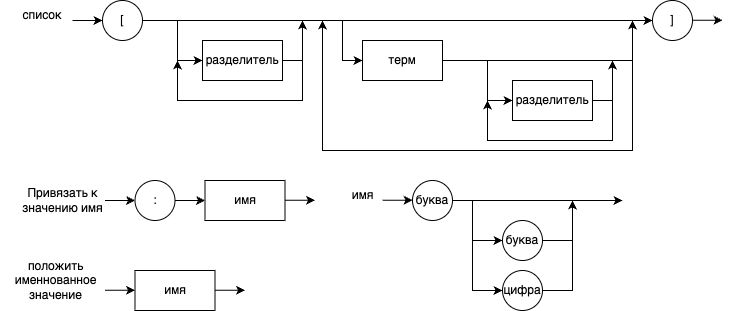
vzalygin/bmstu-ics6 keeps this draw.io diagram as cource-papers/trps/рпз/материалы/курсач_трпс-6 Синтаксическая диаграмма.drawio.png. Above is the earlier version. Source tidied: cells renumbered, new cells last; positions are measured from the earlier drawing's top-left corner, leaving out a move shared by most shapes. Source of this version:
```xml
<mxGraphModel>
  <root>
    <mxCell id="0" />
    <mxCell id="1" parent="0" />
    <mxCell id="2" style="endArrow=classic;html=1;rounded=0;" parent="1" edge="1">
      <mxGeometry relative="1" as="geometry">
        <mxPoint x="73" y="20" as="sourcePoint" />
        <mxPoint x="103" y="20" as="targetPoint" />
      </mxGeometry>
    </mxCell>
    <mxCell id="3" value="список" style="text;html=1;align=center;verticalAlign=middle;whiteSpace=wrap;rounded=0;" parent="1" vertex="1">
      <mxGeometry x="13" width="60" height="30" as="geometry" />
    </mxCell>
    <mxCell id="4" value="[" style="ellipse;whiteSpace=wrap;html=1;" parent="1" vertex="1">
      <mxGeometry x="103" width="40" height="40" as="geometry" />
    </mxCell>
    <mxCell id="5" value="разделитель" style="rounded=0;whiteSpace=wrap;html=1;" parent="1" vertex="1">
      <mxGeometry x="203" y="40" width="80" height="40" as="geometry" />
    </mxCell>
    <mxCell id="6" style="endArrow=classic;html=1;rounded=0;" parent="1" edge="1">
      <mxGeometry relative="1" as="geometry">
        <mxPoint x="178" y="20" as="sourcePoint" />
        <mxPoint x="203" y="60" as="targetPoint" />
        <Array as="points">
          <mxPoint x="178" y="40" />
          <mxPoint x="178" y="60" />
        </Array>
      </mxGeometry>
    </mxCell>
    <mxCell id="7" style="endArrow=classic;html=1;rounded=0;" parent="1" edge="1">
      <mxGeometry relative="1" as="geometry">
        <mxPoint x="303" y="60" as="sourcePoint" />
        <mxPoint x="178" y="60" as="targetPoint" />
        <Array as="points">
          <mxPoint x="303" y="100" />
          <mxPoint x="178" y="100" />
        </Array>
      </mxGeometry>
    </mxCell>
    <mxCell id="8" style="endArrow=classic;html=1;rounded=0;exitX=1;exitY=0.5;exitDx=0;exitDy=0;" parent="1" edge="1" source="5">
      <mxGeometry relative="1" as="geometry">
        <mxPoint x="303" y="20" as="targetPoint" />
        <Array as="points">
          <mxPoint x="303" y="60" />
        </Array>
      </mxGeometry>
    </mxCell>
    <mxCell id="9" style="endArrow=classic;html=1;rounded=0;exitX=1;exitY=0.5;exitDx=0;exitDy=0;entryX=0;entryY=0.5;entryDx=0;entryDy=0;" parent="1" edge="1" source="4" target="10">
      <mxGeometry relative="1" as="geometry" />
    </mxCell>
    <mxCell id="10" value="]" style="ellipse;whiteSpace=wrap;html=1;" parent="1" vertex="1">
      <mxGeometry x="653" width="40" height="40" as="geometry" />
    </mxCell>
    <mxCell id="11" value="терм" style="rounded=0;whiteSpace=wrap;html=1;" parent="1" vertex="1">
      <mxGeometry x="363" y="40" width="80" height="40" as="geometry" />
    </mxCell>
    <mxCell id="12" style="endArrow=classic;html=1;rounded=0;" parent="1" edge="1">
      <mxGeometry relative="1" as="geometry">
        <mxPoint x="343" y="20" as="sourcePoint" />
        <mxPoint x="363" y="60" as="targetPoint" />
        <Array as="points">
          <mxPoint x="343" y="60" />
        </Array>
      </mxGeometry>
    </mxCell>
    <mxCell id="13" style="endArrow=classic;html=1;rounded=0;" parent="1" edge="1">
      <mxGeometry relative="1" as="geometry">
        <mxPoint x="633" y="60" as="sourcePoint" />
        <mxPoint x="323" y="20" as="targetPoint" />
        <Array as="points">
          <mxPoint x="633" y="100" />
          <mxPoint x="633" y="150" />
          <mxPoint x="323" y="150" />
        </Array>
      </mxGeometry>
    </mxCell>
    <mxCell id="14" style="endArrow=classic;html=1;rounded=0;exitX=1;exitY=0.5;exitDx=0;exitDy=0;" parent="1" edge="1" source="11">
      <mxGeometry relative="1" as="geometry">
        <mxPoint x="633" y="20" as="targetPoint" />
        <Array as="points">
          <mxPoint x="633" y="60" />
        </Array>
      </mxGeometry>
    </mxCell>
    <mxCell id="15" value="разделитель" style="rounded=0;whiteSpace=wrap;html=1;" parent="1" vertex="1">
      <mxGeometry x="513" y="80" width="80" height="40" as="geometry" />
    </mxCell>
    <mxCell id="16" style="endArrow=classic;html=1;rounded=0;" parent="1" edge="1">
      <mxGeometry relative="1" as="geometry">
        <mxPoint x="488" y="60" as="sourcePoint" />
        <mxPoint x="513" y="100" as="targetPoint" />
        <Array as="points">
          <mxPoint x="488" y="80" />
          <mxPoint x="488" y="100" />
        </Array>
      </mxGeometry>
    </mxCell>
    <mxCell id="17" style="endArrow=classic;html=1;rounded=0;" parent="1" edge="1">
      <mxGeometry relative="1" as="geometry">
        <mxPoint x="613" y="100" as="sourcePoint" />
        <mxPoint x="488" y="100" as="targetPoint" />
        <Array as="points">
          <mxPoint x="613" y="140" />
          <mxPoint x="488" y="140" />
        </Array>
      </mxGeometry>
    </mxCell>
    <mxCell id="18" style="endArrow=classic;html=1;rounded=0;exitX=1;exitY=0.5;exitDx=0;exitDy=0;" parent="1" edge="1" source="15">
      <mxGeometry relative="1" as="geometry">
        <mxPoint x="613" y="60" as="targetPoint" />
        <Array as="points">
          <mxPoint x="613" y="100" />
        </Array>
      </mxGeometry>
    </mxCell>
    <mxCell id="19" style="endArrow=classic;html=1;rounded=0;" parent="1" edge="1">
      <mxGeometry relative="1" as="geometry">
        <mxPoint x="693" y="19.8" as="sourcePoint" />
        <mxPoint x="723" y="19.8" as="targetPoint" />
      </mxGeometry>
    </mxCell>
    <mxCell id="20" style="endArrow=classic;html=1;rounded=0;" parent="1" edge="1">
      <mxGeometry relative="1" as="geometry">
        <mxPoint x="105.5" y="200" as="sourcePoint" />
        <mxPoint x="135.5" y="200" as="targetPoint" />
      </mxGeometry>
    </mxCell>
    <mxCell id="21" value=":" style="ellipse;whiteSpace=wrap;html=1;" parent="1" vertex="1">
      <mxGeometry x="135.5" y="180" width="40" height="40" as="geometry" />
    </mxCell>
    <mxCell id="22" value="Привязать к значению имя" style="text;html=1;align=center;verticalAlign=middle;whiteSpace=wrap;rounded=0;" parent="1" vertex="1">
      <mxGeometry x="20.5" y="185" width="85" height="30" as="geometry" />
    </mxCell>
    <mxCell id="23" value="имя" style="rounded=0;whiteSpace=wrap;html=1;" parent="1" vertex="1">
      <mxGeometry x="205.5" y="180" width="80" height="40" as="geometry" />
    </mxCell>
    <mxCell id="24" style="endArrow=classic;html=1;rounded=0;exitX=1;exitY=0.5;exitDx=0;exitDy=0;entryX=0;entryY=0.5;entryDx=0;entryDy=0;" parent="1" edge="1" source="21" target="23">
      <mxGeometry relative="1" as="geometry" />
    </mxCell>
    <mxCell id="25" style="endArrow=classic;html=1;rounded=0;" parent="1" edge="1">
      <mxGeometry relative="1" as="geometry">
        <mxPoint x="285.5" y="199.7" as="sourcePoint" />
        <mxPoint x="315.5" y="199.7" as="targetPoint" />
      </mxGeometry>
    </mxCell>
    <mxCell id="26" value="имя" style="text;html=1;align=center;verticalAlign=middle;strokeColor=none;fillColor=none;" parent="1" vertex="1">
      <mxGeometry x="338" y="180" width="50" height="30" as="geometry" />
    </mxCell>
    <mxCell id="27" style="endArrow=classic;html=1;rounded=0;" parent="1" edge="1">
      <mxGeometry relative="1" as="geometry">
        <mxPoint x="383" y="199.7" as="sourcePoint" />
        <mxPoint x="413" y="199.7" as="targetPoint" />
      </mxGeometry>
    </mxCell>
    <mxCell id="28" value="буква" style="ellipse;whiteSpace=wrap;html=1;" parent="1" vertex="1">
      <mxGeometry x="413" y="180" width="40" height="40" as="geometry" />
    </mxCell>
    <mxCell id="29" value="буква" style="ellipse;whiteSpace=wrap;html=1;" parent="1" vertex="1">
      <mxGeometry x="503" y="220" width="40" height="40" as="geometry" />
    </mxCell>
    <mxCell id="30" value="цифра" style="ellipse;whiteSpace=wrap;html=1;" parent="1" vertex="1">
      <mxGeometry x="503" y="270" width="40" height="40" as="geometry" />
    </mxCell>
    <mxCell id="31" style="endArrow=classic;html=1;rounded=0;exitX=1;exitY=0.5;exitDx=0;exitDy=0;" parent="1" edge="1" source="28">
      <mxGeometry relative="1" as="geometry">
        <mxPoint x="623" y="200" as="targetPoint" />
      </mxGeometry>
    </mxCell>
    <mxCell id="32" style="endArrow=classic;html=1;rounded=0;entryX=0;entryY=0.5;entryDx=0;entryDy=0;" parent="1" edge="1" target="29">
      <mxGeometry relative="1" as="geometry">
        <mxPoint x="473" y="200" as="sourcePoint" />
        <Array as="points">
          <mxPoint x="473" y="240" />
        </Array>
      </mxGeometry>
    </mxCell>
    <mxCell id="33" style="endArrow=classic;html=1;rounded=0;entryX=0;entryY=0.5;entryDx=0;entryDy=0;" parent="1" edge="1" target="30">
      <mxGeometry relative="1" as="geometry">
        <mxPoint x="473" y="240" as="sourcePoint" />
        <Array as="points">
          <mxPoint x="473" y="290" />
        </Array>
      </mxGeometry>
    </mxCell>
    <mxCell id="34" style="endArrow=classic;html=1;rounded=0;exitX=1;exitY=0.5;exitDx=0;exitDy=0;" parent="1" edge="1" source="30">
      <mxGeometry relative="1" as="geometry">
        <mxPoint x="573" y="200" as="targetPoint" />
        <Array as="points">
          <mxPoint x="573" y="290" />
        </Array>
      </mxGeometry>
    </mxCell>
    <mxCell id="35" style="endArrow=none;html=1;rounded=0;exitX=1;exitY=0.5;exitDx=0;exitDy=0;" parent="1" edge="1" source="29">
      <mxGeometry relative="1" as="geometry">
        <mxPoint x="573" y="240" as="targetPoint" />
      </mxGeometry>
    </mxCell>
    <mxCell id="36" value="положить &lt;br&gt;именнованное &lt;br&gt;значение" style="text;html=1;align=center;verticalAlign=middle;strokeColor=none;fillColor=none;" parent="1" vertex="1">
      <mxGeometry x="0.5" y="250" width="110" height="60" as="geometry" />
    </mxCell>
    <mxCell id="37" style="endArrow=classic;html=1;rounded=0;" parent="1" edge="1">
      <mxGeometry relative="1" as="geometry">
        <mxPoint x="105.5" y="289.7" as="sourcePoint" />
        <mxPoint x="135.5" y="289.7" as="targetPoint" />
      </mxGeometry>
    </mxCell>
    <mxCell id="38" value="имя" style="rounded=0;whiteSpace=wrap;html=1;" parent="1" vertex="1">
      <mxGeometry x="135.5" y="270" width="80" height="40" as="geometry" />
    </mxCell>
    <mxCell id="39" style="endArrow=classic;html=1;rounded=0;" parent="1" edge="1">
      <mxGeometry relative="1" as="geometry">
        <mxPoint x="215.5" y="289.7" as="sourcePoint" />
        <mxPoint x="245.5" y="289.7" as="targetPoint" />
      </mxGeometry>
    </mxCell>
  </root>
</mxGraphModel>
```
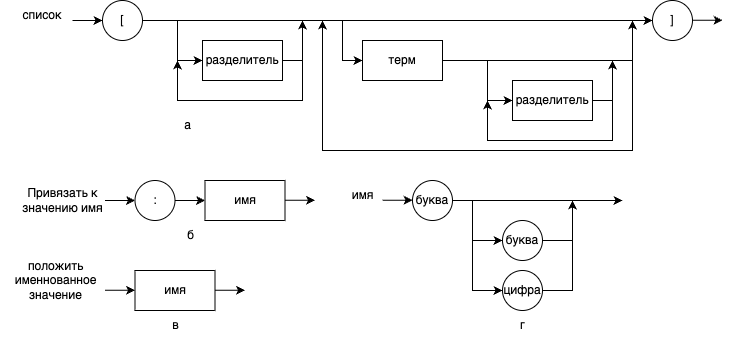
The same file after the commit.

What changed in the source:
```diff
@@ -213,5 +213,17 @@
         <mxPoint x="245.5" y="289.7" as="targetPoint" />
       </mxGeometry>
     </mxCell>
+    <mxCell id="40" value="а" style="text;html=1;align=center;verticalAlign=middle;strokeColor=none;fillColor=none;" parent="1" vertex="1">
+      <mxGeometry x="173" y="110" width="30" height="30" as="geometry" />
+    </mxCell>
+    <mxCell id="41" value="б" style="text;html=1;align=center;verticalAlign=middle;strokeColor=none;fillColor=none;" parent="1" vertex="1">
+      <mxGeometry x="175.5" y="220" width="30" height="30" as="geometry" />
+    </mxCell>
+    <mxCell id="42" value="г" style="text;html=1;align=center;verticalAlign=middle;strokeColor=none;fillColor=none;" parent="1" vertex="1">
+      <mxGeometry x="508" y="310" width="30" height="30" as="geometry" />
+    </mxCell>
+    <mxCell id="43" value="в" style="text;html=1;align=center;verticalAlign=middle;strokeColor=none;fillColor=none;" parent="1" vertex="1">
+      <mxGeometry x="160.5" y="310" width="30" height="30" as="geometry" />
+    </mxCell>
   </root>
 </mxGraphModel>
```
